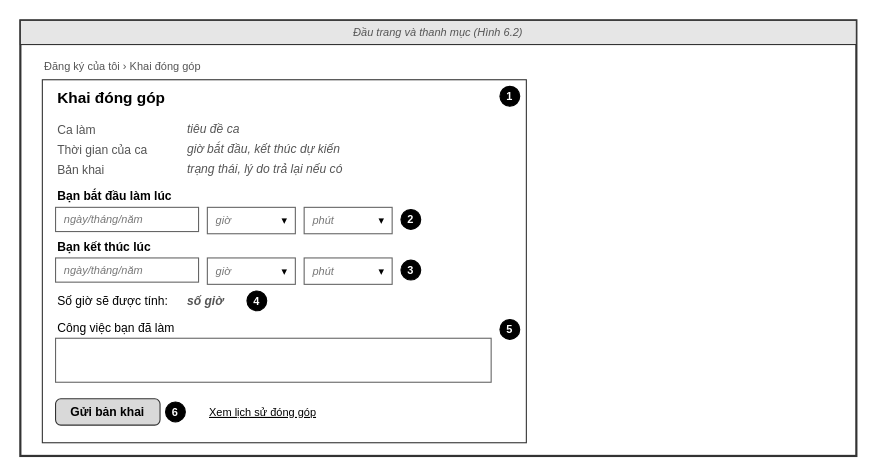
Earlier version of the draw.io diagram docs/giao_dien/drawio/M10_Khai_dong_gop.drawio (kanishere55/OOSD_NenTangDieuPhoi_TNV). Source tidied: cells renumbered, new cells numbered last; positions are measured from the earlier drawing's top-left corner, leaving out a move shared by most shapes. Both pictures are drawn from the tidied source at 110%, with x=0, y=0 at pixel (20, 20).
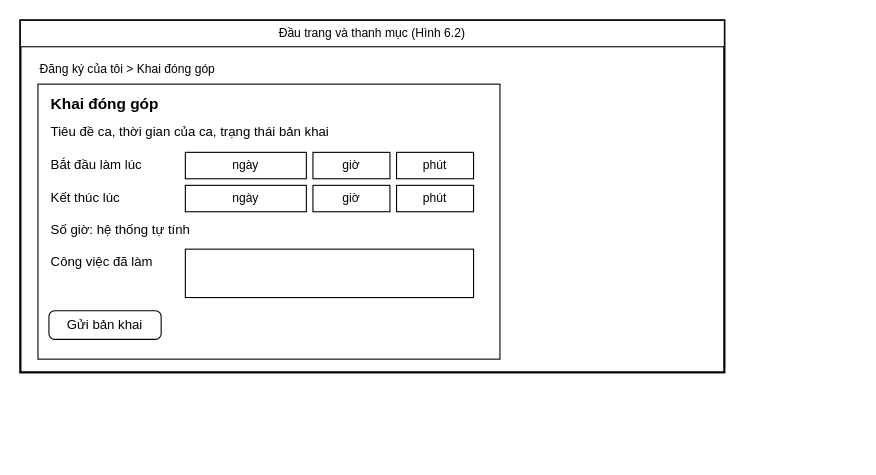
The same page after the edit.

Change to the diagram source:
```diff
@@
-    <mxCell id="2" style="rounded=0;whiteSpace=wrap;html=1;fillColor=#ffffff;strokeColor=#333333;strokeWidth=2;" parent="1" vertex="1">
-      <mxGeometry width="760" height="396" as="geometry" />
+    <mxCell id="2" style="rounded=0;whiteSpace=wrap;html=1;fillColor=#ffffff;strokeColor=#000000;strokeWidth=2;" parent="1" vertex="1">
+      <mxGeometry width="640" height="320" as="geometry" />
     </mxCell>
-    <mxCell id="3" value="Đầu trang và thanh mục (Hình 6.2)" style="rounded=0;whiteSpace=wrap;html=1;fillColor=#e6e6e6;strokeColor=#333333;fontSize=10;fontStyle=2;fontColor=#555555;" parent="1" vertex="1">
-      <mxGeometry width="760" height="22" as="geometry" />
+    <mxCell id="3" value="Đầu trang và thanh mục (Hình 6.2)" style="rounded=0;whiteSpace=wrap;html=1;fillColor=#ffffff;strokeColor=#000000;fontColor=#000000;fontSize=11;align=center;" parent="1" vertex="1">
+      <mxGeometry width="640" height="24" as="geometry" />
     </mxCell>
-    <mxCell id="4" value="Đăng ký của tôi  ›  Khai đóng góp" style="text;html=1;strokeColor=none;fillColor=none;align=left;verticalAlign=middle;whiteSpace=wrap;rounded=0;fontSize=10;fontStyle=0;fontColor=#555555;" parent="1" vertex="1">
-      <mxGeometry x="20" y="34" width="500" height="16" as="geometry" />
+    <mxCell id="4" value="Đăng ký của tôi &gt; Khai đóng góp" style="text;html=1;strokeColor=none;fillColor=none;whiteSpace=wrap;verticalAlign=middle;fontColor=#000000;align=left;fontSize=11;fontStyle=0;" parent="1" vertex="1">
+      <mxGeometry x="16" y="34" width="400" height="20" as="geometry" />
     </mxCell>
-    <mxCell id="5" style="rounded=0;arcSize=8;whiteSpace=wrap;html=1;fillColor=#ffffff;strokeColor=#333333;" parent="1" vertex="1">
-      <mxGeometry x="20" y="54" width="440" height="330" as="geometry" />
+    <mxCell id="5" style="rounded=0;whiteSpace=wrap;html=1;fillColor=#ffffff;strokeColor=#000000;fontColor=#000000;fontSize=12;align=center;" parent="1" vertex="1">
+      <mxGeometry x="16" y="58" width="420" height="250" as="geometry" />
     </mxCell>
-    <mxCell id="6" value="Khai đóng góp" style="text;html=1;strokeColor=none;fillColor=none;align=left;verticalAlign=middle;whiteSpace=wrap;rounded=0;fontSize=14;fontStyle=1;fontColor=#000000;" parent="1" vertex="1">
-      <mxGeometry x="32" y="60" width="300" height="22" as="geometry" />
+    <mxCell id="6" value="Khai đóng góp" style="text;html=1;strokeColor=none;fillColor=none;whiteSpace=wrap;verticalAlign=middle;fontColor=#000000;align=left;fontSize=14;fontStyle=1;" parent="1" vertex="1">
+      <mxGeometry x="26" y="64" width="300" height="24" as="geometry" />
     </mxCell>
-    <mxCell id="7" value="Ca làm" style="text;html=1;strokeColor=none;fillColor=none;align=left;verticalAlign=middle;whiteSpace=wrap;rounded=0;fontSize=11;fontStyle=0;fontColor=#555555;" parent="1" vertex="1">
-      <mxGeometry x="32" y="90" width="110" height="19" as="geometry" />
+    <mxCell id="7" value="Tiêu đề ca, thời gian của ca, trạng thái bản khai" style="text;html=1;strokeColor=none;fillColor=none;whiteSpace=wrap;verticalAlign=middle;fontColor=#000000;align=left;fontSize=12;fontStyle=0;" parent="1" vertex="1">
+      <mxGeometry x="26" y="92" width="400" height="20" as="geometry" />
     </mxCell>
-    <mxCell id="8" value="tiêu đề ca" style="text;html=1;strokeColor=none;fillColor=none;align=left;verticalAlign=middle;whiteSpace=wrap;rounded=0;fontSize=11;fontStyle=2;fontColor=#555555;" parent="1" vertex="1">
-      <mxGeometry x="150" y="90" width="290" height="18" as="geometry" />
+    <mxCell id="8" value="Bắt đầu làm lúc" style="text;html=1;strokeColor=none;fillColor=none;whiteSpace=wrap;verticalAlign=middle;fontColor=#000000;align=left;fontSize=12;fontStyle=0;" parent="1" vertex="1">
+      <mxGeometry x="26" y="120" width="120" height="24" as="geometry" />
     </mxCell>
-    <mxCell id="9" value="Thời gian của ca" style="text;html=1;strokeColor=none;fillColor=none;align=left;verticalAlign=middle;whiteSpace=wrap;rounded=0;fontSize=11;fontStyle=0;fontColor=#555555;" parent="1" vertex="1">
-      <mxGeometry x="32" y="108" width="110" height="19" as="geometry" />
+    <mxCell id="9" value="ngày" style="rounded=0;whiteSpace=wrap;html=1;fillColor=#ffffff;strokeColor=#000000;fontColor=#000000;fontSize=11;align=center;" parent="1" vertex="1">
+      <mxGeometry x="150" y="120" width="110" height="24" as="geometry" />
     </mxCell>
-    <mxCell id="10" value="giờ bắt đầu, kết thúc dự kiến" style="text;html=1;strokeColor=none;fillColor=none;align=left;verticalAlign=middle;whiteSpace=wrap;rounded=0;fontSize=11;fontStyle=2;fontColor=#555555;" parent="1" vertex="1">
-      <mxGeometry x="150" y="108" width="290" height="18" as="geometry" />
+    <mxCell id="10" value="giờ" style="rounded=0;whiteSpace=wrap;html=1;fillColor=#ffffff;strokeColor=#000000;fontColor=#000000;fontSize=11;align=center;" parent="1" vertex="1">
+      <mxGeometry x="266" y="120" width="70" height="24" as="geometry" />
     </mxCell>
-    <mxCell id="11" value="Bản khai" style="text;html=1;strokeColor=none;fillColor=none;align=left;verticalAlign=middle;whiteSpace=wrap;rounded=0;fontSize=11;fontStyle=0;fontColor=#555555;" parent="1" vertex="1">
-      <mxGeometry x="32" y="126" width="110" height="19" as="geometry" />
+    <mxCell id="11" value="phút" style="rounded=0;whiteSpace=wrap;html=1;fillColor=#ffffff;strokeColor=#000000;fontColor=#000000;fontSize=11;align=center;" parent="1" vertex="1">
+      <mxGeometry x="342" y="120" width="70" height="24" as="geometry" />
     </mxCell>
-    <mxCell id="12" value="trạng thái, lý do trả lại nếu có" style="text;html=1;strokeColor=none;fillColor=none;align=left;verticalAlign=middle;whiteSpace=wrap;rounded=0;fontSize=11;fontStyle=2;fontColor=#555555;" parent="1" vertex="1">
-      <mxGeometry x="150" y="126" width="290" height="18" as="geometry" />
+    <mxCell id="12" value="Kết thúc lúc" style="text;html=1;strokeColor=none;fillColor=none;whiteSpace=wrap;verticalAlign=middle;fontColor=#000000;align=left;fontSize=12;fontStyle=0;" parent="1" vertex="1">
+      <mxGeometry x="26" y="150" width="120" height="24" as="geometry" />
     </mxCell>
-    <mxCell id="13" value="1" style="ellipse;whiteSpace=wrap;html=1;fillColor=#000000;strokeColor=#000000;fontColor=#ffffff;fontSize=10;fontStyle=1;" parent="1" vertex="1">
-      <mxGeometry x="436" y="60" width="18" height="18" as="geometry" />
+    <mxCell id="13" value="ngày" style="rounded=0;whiteSpace=wrap;html=1;fillColor=#ffffff;strokeColor=#000000;fontColor=#000000;fontSize=11;align=center;" parent="1" vertex="1">
+      <mxGeometry x="150" y="150" width="110" height="24" as="geometry" />
     </mxCell>
-    <mxCell id="14" value="Bạn bắt đầu làm lúc" style="text;html=1;strokeColor=none;fillColor=none;align=left;verticalAlign=middle;whiteSpace=wrap;rounded=0;fontSize=11;fontStyle=1;fontColor=#000000;" parent="1" vertex="1">
-      <mxGeometry x="32" y="152" width="200" height="16" as="geometry" />
+    <mxCell id="14" value="giờ" style="rounded=0;whiteSpace=wrap;html=1;fillColor=#ffffff;strokeColor=#000000;fontColor=#000000;fontSize=11;align=center;" parent="1" vertex="1">
+      <mxGeometry x="266" y="150" width="70" height="24" as="geometry" />
     </mxCell>
-    <mxCell id="15" value="ngày/tháng/năm" style="rounded=0;whiteSpace=wrap;html=1;align=left;spacingLeft=6;fontSize=10;fontStyle=2;fontColor=#777777;fillColor=#ffffff;strokeColor=#666666;" parent="1" vertex="1">
-      <mxGeometry x="32" y="170" width="130" height="22" as="geometry" />
+    <mxCell id="15" value="phút" style="rounded=0;whiteSpace=wrap;html=1;fillColor=#ffffff;strokeColor=#000000;fontColor=#000000;fontSize=11;align=center;" parent="1" vertex="1">
+      <mxGeometry x="342" y="150" width="70" height="24" as="geometry" />
     </mxCell>
-    <mxCell id="16" value="giờ" style="rounded=0;whiteSpace=wrap;html=1;align=left;spacingLeft=6;fontSize=10;fontStyle=2;fontColor=#777777;fillColor=#ffffff;strokeColor=#666666;" parent="1" vertex="1">
-      <mxGeometry x="170" y="170" width="80" height="24" as="geometry" />
+    <mxCell id="16" value="Số giờ: hệ thống tự tính" style="text;html=1;strokeColor=none;fillColor=none;whiteSpace=wrap;verticalAlign=middle;fontColor=#000000;align=left;fontSize=12;fontStyle=0;" parent="1" vertex="1">
+      <mxGeometry x="26" y="180" width="400" height="22" as="geometry" />
     </mxCell>
-    <mxCell id="17" value="▾" style="text;html=1;strokeColor=none;fillColor=none;align=center;verticalAlign=middle;fontSize=10;" parent="1" vertex="1">
-      <mxGeometry x="232" y="172" width="16" height="20" as="geometry" />
+    <mxCell id="17" value="Công việc đã làm" style="text;html=1;strokeColor=none;fillColor=none;whiteSpace=wrap;verticalAlign=middle;fontColor=#000000;align=left;fontSize=12;fontStyle=0;" parent="1" vertex="1">
+      <mxGeometry x="26" y="208" width="120" height="24" as="geometry" />
     </mxCell>
-    <mxCell id="18" value="phút" style="rounded=0;whiteSpace=wrap;html=1;align=left;spacingLeft=6;fontSize=10;fontStyle=2;fontColor=#777777;fillColor=#ffffff;strokeColor=#666666;" parent="1" vertex="1">
-      <mxGeometry x="258" y="170" width="80" height="24" as="geometry" />
+    <mxCell id="18" style="rounded=0;whiteSpace=wrap;html=1;fillColor=#ffffff;strokeColor=#000000;fontColor=#000000;fontSize=12;align=center;" parent="1" vertex="1">
+      <mxGeometry x="150" y="208" width="262" height="44" as="geometry" />
     </mxCell>
-    <mxCell id="19" value="▾" style="text;html=1;strokeColor=none;fillColor=none;align=center;verticalAlign=middle;fontSize=10;" parent="1" vertex="1">
-      <mxGeometry x="320" y="172" width="16" height="20" as="geometry" />
+    <mxCell id="19" value="Gửi bản khai" style="rounded=1;arcSize=20;whiteSpace=wrap;html=1;fillColor=#ffffff;strokeColor=#000000;fontColor=#000000;fontSize=12;" parent="1" vertex="1">
+      <mxGeometry x="26" y="264" width="102" height="26" as="geometry" />
     </mxCell>
-    <mxCell id="20" value="2" style="ellipse;whiteSpace=wrap;html=1;fillColor=#000000;strokeColor=#000000;fontColor=#ffffff;fontSize=10;fontStyle=1;" parent="1" vertex="1">
-      <mxGeometry x="346" y="172" width="18" height="18" as="geometry" />
-    </mxCell>
-    <mxCell id="21" value="Bạn kết thúc lúc" style="text;html=1;strokeColor=none;fillColor=none;align=left;verticalAlign=middle;whiteSpace=wrap;rounded=0;fontSize=11;fontStyle=1;fontColor=#000000;" parent="1" vertex="1">
-      <mxGeometry x="32" y="198" width="200" height="16" as="geometry" />
-    </mxCell>
-    <mxCell id="22" value="ngày/tháng/năm" style="rounded=0;whiteSpace=wrap;html=1;align=left;spacingLeft=6;fontSize=10;fontStyle=2;fontColor=#777777;fillColor=#ffffff;strokeColor=#666666;" parent="1" vertex="1">
-      <mxGeometry x="32" y="216" width="130" height="22" as="geometry" />
-    </mxCell>
-    <mxCell id="23" value="giờ" style="rounded=0;whiteSpace=wrap;html=1;align=left;spacingLeft=6;fontSize=10;fontStyle=2;fontColor=#777777;fillColor=#ffffff;strokeColor=#666666;" parent="1" vertex="1">
-      <mxGeometry x="170" y="216" width="80" height="24" as="geometry" />
-    </mxCell>
-    <mxCell id="24" value="▾" style="text;html=1;strokeColor=none;fillColor=none;align=center;verticalAlign=middle;fontSize=10;" parent="1" vertex="1">
-      <mxGeometry x="232" y="218" width="16" height="20" as="geometry" />
-    </mxCell>
-    <mxCell id="25" value="phút" style="rounded=0;whiteSpace=wrap;html=1;align=left;spacingLeft=6;fontSize=10;fontStyle=2;fontColor=#777777;fillColor=#ffffff;strokeColor=#666666;" parent="1" vertex="1">
-      <mxGeometry x="258" y="216" width="80" height="24" as="geometry" />
-    </mxCell>
-    <mxCell id="26" value="▾" style="text;html=1;strokeColor=none;fillColor=none;align=center;verticalAlign=middle;fontSize=10;" parent="1" vertex="1">
-      <mxGeometry x="320" y="218" width="16" height="20" as="geometry" />
-    </mxCell>
-    <mxCell id="27" value="3" style="ellipse;whiteSpace=wrap;html=1;fillColor=#000000;strokeColor=#000000;fontColor=#ffffff;fontSize=10;fontStyle=1;" parent="1" vertex="1">
-      <mxGeometry x="346" y="218" width="18" height="18" as="geometry" />
-    </mxCell>
-    <mxCell id="28" value="Số giờ sẽ được tính:" style="text;html=1;strokeColor=none;fillColor=none;align=left;verticalAlign=middle;whiteSpace=wrap;rounded=0;fontSize=11;fontStyle=0;fontColor=#000000;" parent="1" vertex="1">
-      <mxGeometry x="32" y="246" width="130" height="18" as="geometry" />
-    </mxCell>
-    <mxCell id="29" value="số giờ" style="text;html=1;strokeColor=none;fillColor=none;align=left;verticalAlign=middle;whiteSpace=wrap;rounded=0;fontSize=11;fontStyle=3;fontColor=#555555;" parent="1" vertex="1">
-      <mxGeometry x="150" y="246" width="100" height="18" as="geometry" />
-    </mxCell>
-    <mxCell id="30" value="4" style="ellipse;whiteSpace=wrap;html=1;fillColor=#000000;strokeColor=#000000;fontColor=#ffffff;fontSize=10;fontStyle=1;" parent="1" vertex="1">
-      <mxGeometry x="206" y="246" width="18" height="18" as="geometry" />
-    </mxCell>
-    <mxCell id="31" value="Công việc bạn đã làm" style="text;html=1;strokeColor=none;fillColor=none;align=left;verticalAlign=middle;whiteSpace=wrap;rounded=0;fontSize=11;fontStyle=0;fontColor=#000000;" parent="1" vertex="1">
-      <mxGeometry x="32" y="272" width="396" height="16" as="geometry" />
-    </mxCell>
-    <mxCell id="32" style="rounded=0;whiteSpace=wrap;html=1;align=left;spacingLeft=6;fontSize=10;fontStyle=2;fontColor=#777777;fillColor=#ffffff;strokeColor=#666666;verticalAlign=top;spacingTop=4;" parent="1" vertex="1">
-      <mxGeometry x="32" y="289" width="396" height="40" as="geometry" />
-    </mxCell>
-    <mxCell id="33" value="5" style="ellipse;whiteSpace=wrap;html=1;fillColor=#000000;strokeColor=#000000;fontColor=#ffffff;fontSize=10;fontStyle=1;" parent="1" vertex="1">
-      <mxGeometry x="436" y="272" width="18" height="18" as="geometry" />
-    </mxCell>
-    <mxCell id="34" value="Gửi bản khai" style="rounded=1;arcSize=20;whiteSpace=wrap;html=1;fontSize=11;strokeColor=#333333;fillColor=#d9d9d9;fontStyle=1;" parent="1" vertex="1">
-      <mxGeometry x="32" y="344" width="95" height="24" as="geometry" />
-    </mxCell>
-    <mxCell id="35" value="6" style="ellipse;whiteSpace=wrap;html=1;fillColor=#000000;strokeColor=#000000;fontColor=#ffffff;fontSize=10;fontStyle=1;" parent="1" vertex="1">
-      <mxGeometry x="132" y="347" width="18" height="18" as="geometry" />
-    </mxCell>
-    <mxCell id="36" value="Xem lịch sử đóng góp" style="text;html=1;strokeColor=none;fillColor=none;align=left;verticalAlign=middle;whiteSpace=wrap;rounded=0;fontSize=10;fontStyle=4;fontColor=#000000;" parent="1" vertex="1">
-      <mxGeometry x="170" y="347" width="200" height="18" as="geometry" />
-    </mxCell>
```
